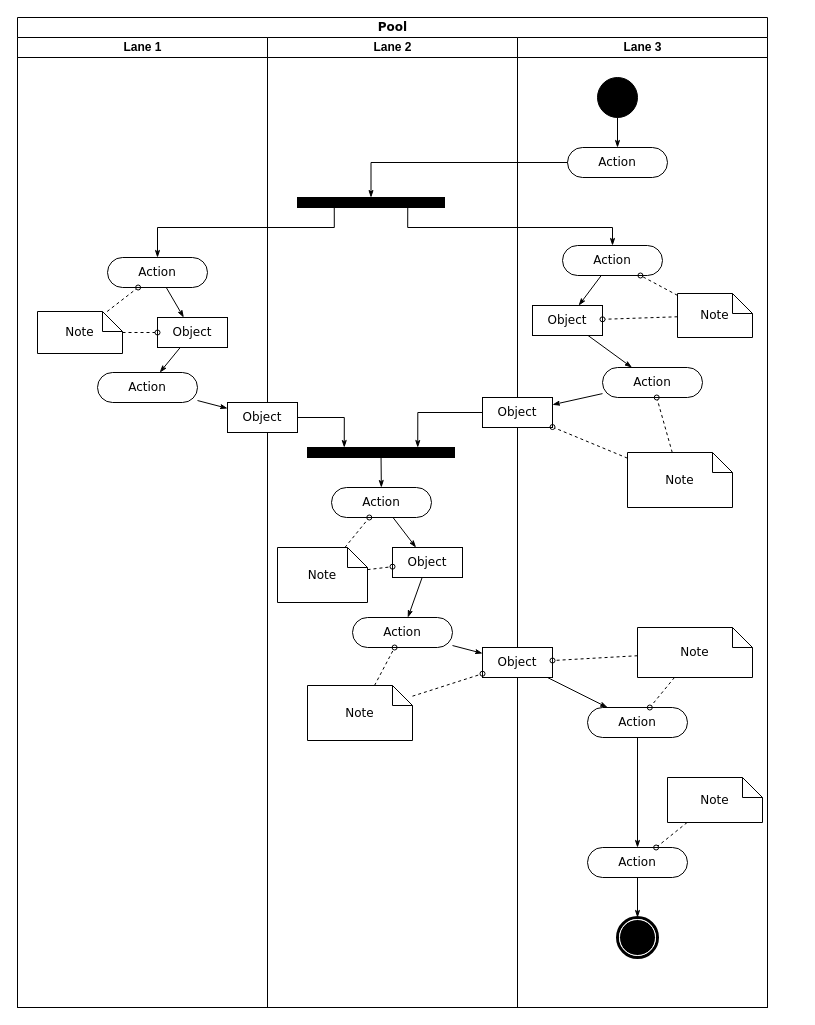
Above: Diagrama sin título.drawio in Alejotnt/PROGRAMACION (draw.io), before the change. Source tidied: cells renumbered, new cells numbered last; positions are measured from the earlier drawing's top-left corner, leaving out a move shared by most shapes. Both pictures are drawn from the tidied source at 100%, with x=0, y=0 at pixel (17, 17).
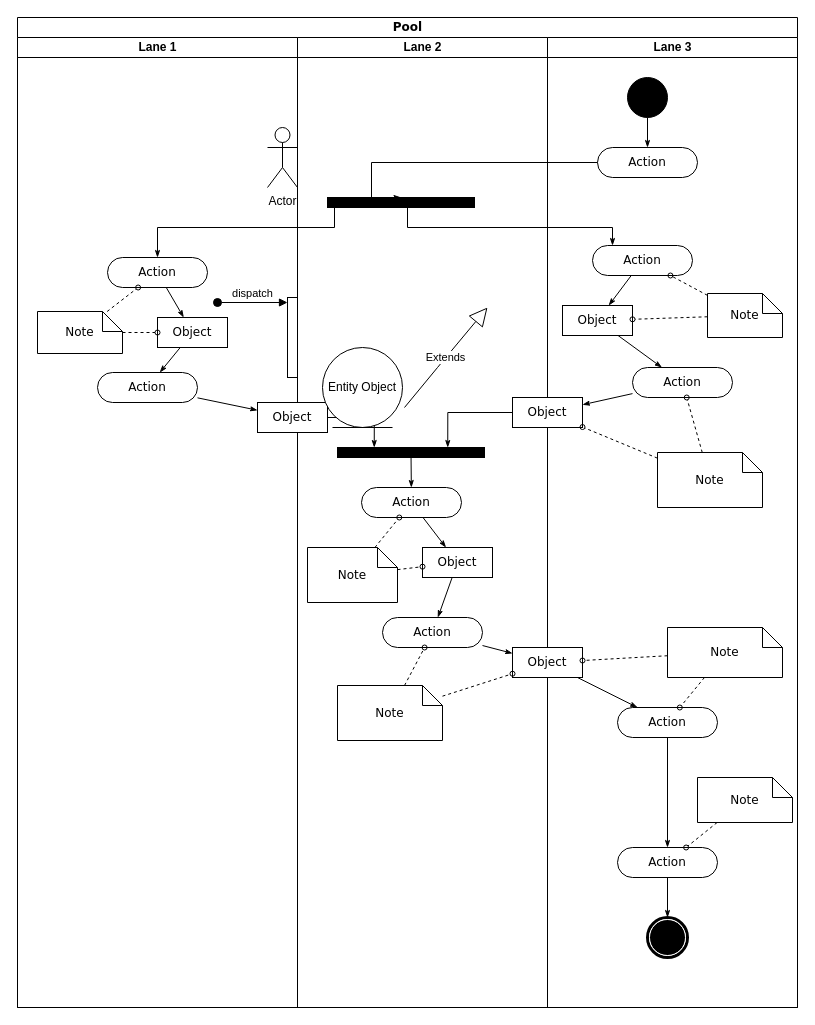
The same page after the edit.

Diff of the diagram source:
```diff
@@
     <mxCell id="2" value="Pool" style="swimlane;html=1;startSize=20;rounded=0;shadow=0;comic=0;labelBackgroundColor=none;strokeWidth=1;fontFamily=Verdana;fontSize=12;align=center;" parent="1" vertex="1">
-      <mxGeometry width="750" height="990" as="geometry" />
+      <mxGeometry width="780" height="990" as="geometry" />
     </mxCell>
     <mxCell id="3" value="Lane 1" style="swimlane;html=1;startSize=20;" parent="2" vertex="1">
-      <mxGeometry y="20" width="250" height="970" as="geometry" />
+      <mxGeometry y="20" width="280" height="970" as="geometry" />
     </mxCell>
@@
+    <mxCell id="64" value="Actor" style="shape=umlActor;verticalLabelPosition=bottom;verticalAlign=top;html=1;" parent="3" vertex="1">
+      <mxGeometry x="250" y="90" width="30" height="60" as="geometry" />
+    </mxCell>
+    <mxCell id="65" style="html=1;points=[[0,0,0,0,5],[0,1,0,0,-5],[1,0,0,0,5],[1,1,0,0,-5]];perimeter=orthogonalPerimeter;outlineConnect=0;targetShapes=umlLifeline;portConstraint=eastwest;newEdgeStyle={&quot;curved&quot;:0,&quot;rounded&quot;:0};" parent="3" vertex="1">
+      <mxGeometry x="270" y="260" width="10" height="80" as="geometry" />
+    </mxCell>
+    <mxCell id="66" value="dispatch" style="html=1;verticalAlign=bottom;startArrow=oval;endArrow=block;startSize=8;curved=0;rounded=0;entryX=0;entryY=0;entryDx=0;entryDy=5;" parent="3" edge="1" target="65">
+      <mxGeometry relative="1" as="geometry">
+        <mxPoint x="200" y="265" as="sourcePoint" />
+      </mxGeometry>
+    </mxCell>
     <mxCell id="12" value="Lane 2" style="swimlane;html=1;startSize=20;" parent="2" vertex="1">
-      <mxGeometry x="250" y="20" width="250" height="970" as="geometry" />
+      <mxGeometry x="280" y="20" width="250" height="970" as="geometry" />
     </mxCell>
@@
+    <mxCell id="67" value="Entity Object" style="ellipse;shape=umlEntity;whiteSpace=wrap;html=1;" parent="12" vertex="1">
+      <mxGeometry x="25" y="310" width="80" height="80" as="geometry" />
+    </mxCell>
+    <mxCell id="68" value="Extends" style="endArrow=block;endSize=16;endFill=0;html=1;rounded=0;exitX=1.025;exitY=0.75;exitDx=0;exitDy=0;exitPerimeter=0;" parent="12" edge="1" source="67">
+      <mxGeometry relative="1" as="geometry">
+        <mxPoint x="190" y="270" as="targetPoint" />
+        <Array as="points">
+          <mxPoint x="140" y="330" />
+        </Array>
+      </mxGeometry>
+    </mxCell>
     <mxCell id="28" value="Lane 3" style="swimlane;html=1;startSize=20;" parent="2" vertex="1">
-      <mxGeometry x="500" y="20" width="250" height="970" as="geometry" />
+      <mxGeometry x="530" y="20" width="250" height="970" as="geometry" />
     </mxCell>
```
